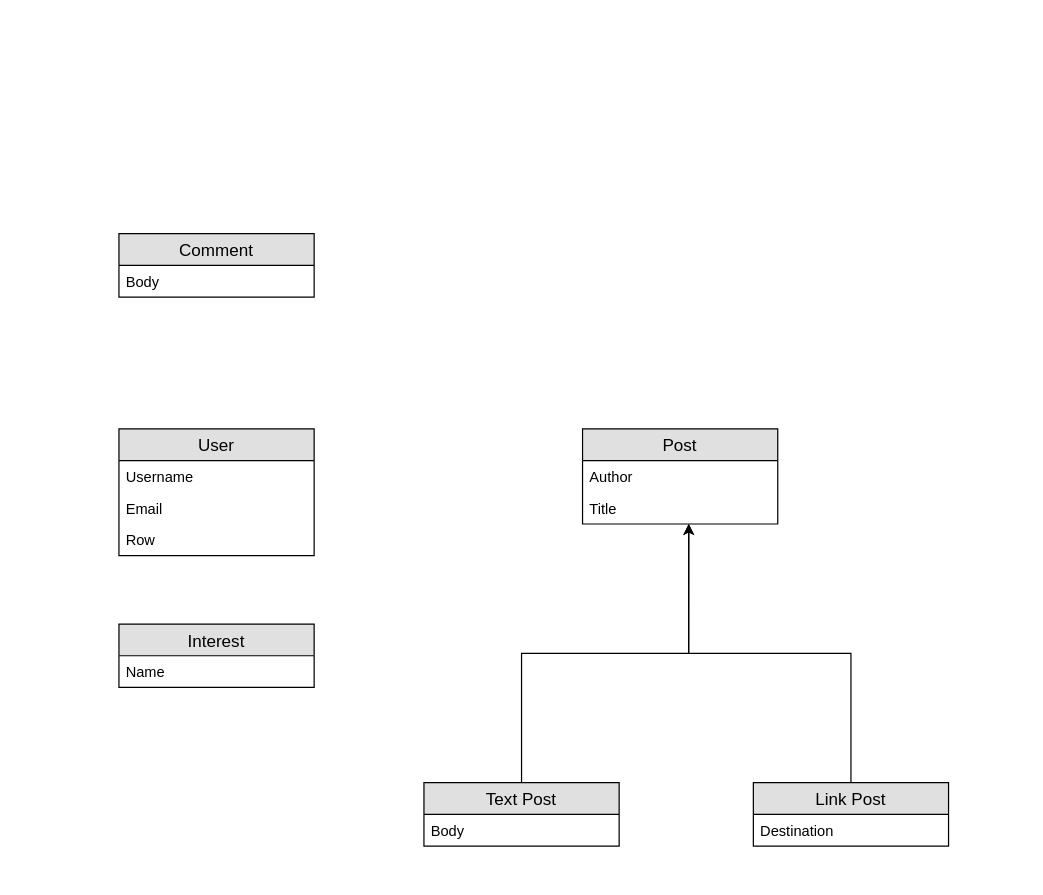
Above: adventure_ER.drawio in Griffin-Brome/Adventure-Bulletin (draw.io), before the change. Source tidied: cells renumbered, new cells numbered last; positions are measured from the earlier drawing's top-left corner, leaving out a move shared by most shapes. Both pictures are drawn from the tidied source at 122%, with x=0, y=0 at pixel (118, 233).
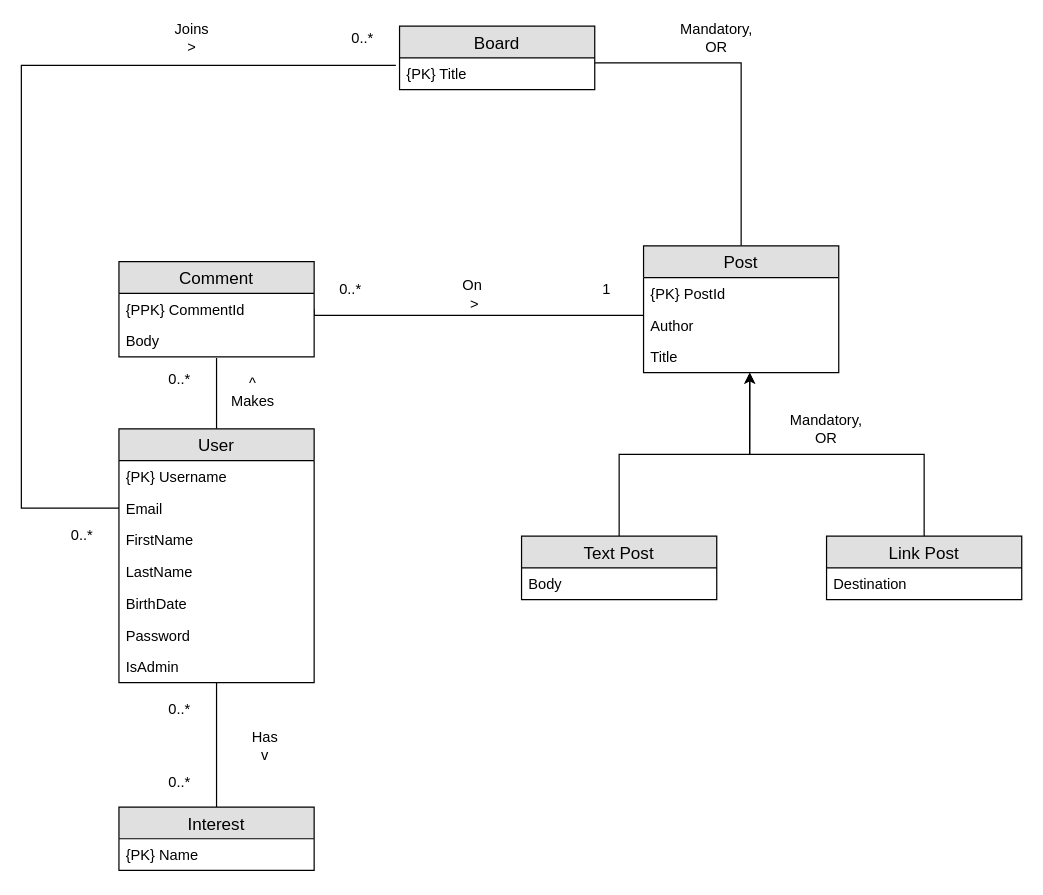
After the change.

Unchanged cells that the change refers to:
```xml
<mxCell id="4" value="Email&#10;" style="text;strokeColor=none;fillColor=none;spacingLeft=4;spacingRight=4;overflow=hidden;points=[[0,0.5],[1,0.5]];portConstraint=eastwest;fontSize=12;" parent="2" vertex="1">
  <mxGeometry y="52" width="160" height="26" as="geometry" />
</mxCell>
```

What changed in the source:
```diff
@@
+    <mxCell id="19" style="edgeStyle=orthogonalEdgeStyle;rounded=0;jettySize=auto;html=1;entryX=0.5;entryY=0;entryDx=0;entryDy=0;endArrow=none;endFill=0;" parent="1" edge="1" source="2" target="6">
+      <mxGeometry relative="1" as="geometry" />
+    </mxCell>
+    <mxCell id="20" style="edgeStyle=orthogonalEdgeStyle;rounded=0;jettySize=auto;html=1;exitX=0.5;exitY=0;exitDx=0;exitDy=0;entryX=0.5;entryY=1.038;entryDx=0;entryDy=0;entryPerimeter=0;endArrow=none;endFill=0;" parent="1" edge="1" source="2" target="12">
+      <mxGeometry relative="1" as="geometry" />
+    </mxCell>
     <mxCell id="2" value="User" style="swimlane;fontStyle=0;horizontal=1;startSize=26;fillColor=#e0e0e0;swimlaneFillColor=#ffffff;align=center;fontSize=14;" parent="1" vertex="1">
-      <mxGeometry y="160" width="160" height="104" as="geometry" />
+      <mxGeometry y="160" width="160" height="208" as="geometry" />
     </mxCell>
-    <mxCell id="3" value="Username" style="text;strokeColor=none;fillColor=none;spacingLeft=4;spacingRight=4;overflow=hidden;fontSize=12;" parent="2" vertex="1">
+    <mxCell id="3" value="{PK} Username" style="text;strokeColor=none;fillColor=none;spacingLeft=4;spacingRight=4;overflow=hidden;fontSize=12;" parent="2" vertex="1">
       <mxGeometry y="26" width="160" height="26" as="geometry" />
     </mxCell>
@@
+    <mxCell id="21" value="FirstName" style="text;strokeColor=none;fillColor=none;spacingLeft=4;spacingRight=4;overflow=hidden;fontSize=12;" parent="2" vertex="1">
+      <mxGeometry y="78" width="160" height="26" as="geometry" />
+    </mxCell>
+    <mxCell id="22" value="LastName" style="text;strokeColor=none;fillColor=none;spacingLeft=4;spacingRight=4;overflow=hidden;fontSize=12;" parent="2" vertex="1">
+      <mxGeometry y="104" width="160" height="26" as="geometry" />
+    </mxCell>
+    <mxCell id="23" value="BirthDate" style="text;strokeColor=none;fillColor=none;spacingLeft=4;spacingRight=4;overflow=hidden;fontSize=12;" parent="2" vertex="1">
+      <mxGeometry y="130" width="160" height="26" as="geometry" />
+    </mxCell>
+    <mxCell id="24" value="Password" style="text;strokeColor=none;fillColor=none;spacingLeft=4;spacingRight=4;overflow=hidden;fontSize=12;" parent="2" vertex="1">
+      <mxGeometry y="156" width="160" height="26" as="geometry" />
+    </mxCell>
-    <mxCell id="5" value="Row" style="text;strokeColor=none;fillColor=none;spacingLeft=4;spacingRight=4;overflow=hidden;fontSize=12;" parent="2" vertex="1">
-      <mxGeometry y="78" width="160" height="26" as="geometry" />
+    <mxCell id="5" value="IsAdmin" style="text;strokeColor=none;fillColor=none;spacingLeft=4;spacingRight=4;overflow=hidden;fontSize=12;" parent="2" vertex="1">
+      <mxGeometry y="182" width="160" height="26" as="geometry" />
     </mxCell>
+    <mxCell id="13" style="edgeStyle=orthogonalEdgeStyle;rounded=0;jettySize=auto;html=1;entryX=0.544;entryY=1;entryDx=0;entryDy=0;entryPerimeter=0;" parent="1" edge="1" source="14" target="10">
+      <mxGeometry relative="1" as="geometry" />
+    </mxCell>
+    <mxCell id="16" style="edgeStyle=orthogonalEdgeStyle;rounded=0;jettySize=auto;html=1;entryX=0.544;entryY=1;entryDx=0;entryDy=0;entryPerimeter=0;" parent="1" edge="1" source="17" target="10">
+      <mxGeometry relative="1" as="geometry" />
+    </mxCell>
+    <mxCell id="25" value="Mandatory, OR" style="text;html=1;strokeColor=none;fillColor=none;align=center;verticalAlign=middle;whiteSpace=wrap;rounded=0;" parent="1" vertex="1">
+      <mxGeometry x="560" y="150" width="40" height="20" as="geometry" />
+    </mxCell>
+    <mxCell id="26" value="&lt;div&gt;Has&lt;/div&gt;v" style="text;html=1;strokeColor=none;fillColor=none;align=center;verticalAlign=middle;whiteSpace=wrap;rounded=0;" parent="1" vertex="1">
+      <mxGeometry x="100" y="410" width="40" height="20" as="geometry" />
+    </mxCell>
+    <mxCell id="27" style="edgeStyle=orthogonalEdgeStyle;rounded=0;jettySize=auto;html=1;exitX=1;exitY=0.5;exitDx=0;exitDy=0;entryX=0.006;entryY=0.192;entryDx=0;entryDy=0;entryPerimeter=0;endArrow=none;endFill=0;" parent="1" edge="1" source="11" target="9">
+      <mxGeometry relative="1" as="geometry">
+        <Array as="points">
+          <mxPoint x="160" y="67" />
+        </Array>
+      </mxGeometry>
+    </mxCell>
+    <mxCell id="28" value="&lt;div&gt;^&lt;br&gt;&lt;/div&gt;&lt;div&gt;Makes&lt;/div&gt;" style="text;html=1;strokeColor=none;fillColor=none;align=center;verticalAlign=middle;whiteSpace=wrap;rounded=0;" parent="1" vertex="1">
+      <mxGeometry x="90" y="120" width="40" height="20" as="geometry" />
+    </mxCell>
+    <mxCell id="29" value="&lt;div&gt;On&lt;/div&gt;&amp;nbsp;&amp;gt;" style="text;html=1;strokeColor=none;fillColor=none;align=center;verticalAlign=middle;whiteSpace=wrap;rounded=0;" parent="1" vertex="1">
+      <mxGeometry x="270" y="40" width="40" height="20" as="geometry" />
+    </mxCell>
+    <mxCell id="30" style="edgeStyle=orthogonalEdgeStyle;rounded=0;jettySize=auto;html=1;exitX=0.5;exitY=0;exitDx=0;exitDy=0;entryX=1;entryY=0.154;entryDx=0;entryDy=0;entryPerimeter=0;endArrow=none;endFill=0;" parent="1" edge="1" source="8" target="35">
+      <mxGeometry relative="1" as="geometry" />
+    </mxCell>
+    <mxCell id="8" value="Post" style="swimlane;fontStyle=0;horizontal=1;startSize=26;fillColor=#e0e0e0;swimlaneFillColor=#ffffff;align=center;fontSize=14;" parent="1" vertex="1">
+      <mxGeometry x="430" y="10" width="160" height="104" as="geometry" />
+    </mxCell>
+    <mxCell id="31" value="{PK} PostId" style="text;strokeColor=none;fillColor=none;spacingLeft=4;spacingRight=4;overflow=hidden;fontSize=12;" parent="8" vertex="1">
+      <mxGeometry y="26" width="160" height="26" as="geometry" />
+    </mxCell>
+    <mxCell id="9" value="Author" style="text;strokeColor=none;fillColor=none;spacingLeft=4;spacingRight=4;overflow=hidden;points=[[0,0.5],[1,0.5]];portConstraint=eastwest;fontSize=12;" parent="8" vertex="1">
+      <mxGeometry y="52" width="160" height="26" as="geometry" />
+    </mxCell>
+    <mxCell id="10" value="Title" style="text;strokeColor=none;fillColor=none;spacingLeft=4;spacingRight=4;overflow=hidden;points=[[0,0.5],[1,0.5]];portConstraint=eastwest;fontSize=12;" parent="8" vertex="1">
+      <mxGeometry y="78" width="160" height="26" as="geometry" />
+    </mxCell>
+    <mxCell id="17" value="Link Post" style="swimlane;fontStyle=0;horizontal=1;startSize=26;fillColor=#e0e0e0;swimlaneFillColor=#ffffff;align=center;fontSize=14;" parent="1" vertex="1">
+      <mxGeometry x="580" y="248" width="160" height="52" as="geometry" />
+    </mxCell>
+    <mxCell id="18" value="Destination" style="text;strokeColor=none;fillColor=none;spacingLeft=4;spacingRight=4;overflow=hidden;fontSize=12;" parent="17" vertex="1">
+      <mxGeometry y="26" width="160" height="26" as="geometry" />
+    </mxCell>
+    <mxCell id="14" value="Text Post" style="swimlane;fontStyle=0;horizontal=1;startSize=26;fillColor=#e0e0e0;swimlaneFillColor=#ffffff;align=center;fontSize=14;" parent="1" vertex="1">
+      <mxGeometry x="330" y="248" width="160" height="52" as="geometry" />
+    </mxCell>
+    <mxCell id="15" value="Body" style="text;strokeColor=none;fillColor=none;spacingLeft=4;spacingRight=4;overflow=hidden;fontSize=12;" parent="14" vertex="1">
+      <mxGeometry y="26" width="160" height="26" as="geometry" />
+    </mxCell>
+    <mxCell id="32" style="edgeStyle=orthogonalEdgeStyle;rounded=0;jettySize=auto;html=1;endArrow=none;endFill=0;entryX=-0.019;entryY=0.231;entryDx=0;entryDy=0;entryPerimeter=0;exitX=0;exitY=0.5;exitDx=0;exitDy=0;" parent="1" edge="1" source="4" target="35">
+      <mxGeometry relative="1" as="geometry">
+        <Array as="points">
+          <mxPoint x="-80" y="225" />
+          <mxPoint x="-80" y="-138" />
+        </Array>
+      </mxGeometry>
+    </mxCell>
+    <mxCell id="11" value="Comment" style="swimlane;fontStyle=0;horizontal=1;startSize=26;fillColor=#e0e0e0;swimlaneFillColor=#ffffff;align=center;fontSize=14;" parent="1" vertex="1">
+      <mxGeometry y="23" width="160" height="78" as="geometry" />
+    </mxCell>
+    <mxCell id="33" value="{PPK} CommentId" style="text;strokeColor=none;fillColor=none;spacingLeft=4;spacingRight=4;overflow=hidden;fontSize=12;" parent="11" vertex="1">
+      <mxGeometry y="26" width="160" height="26" as="geometry" />
+    </mxCell>
+    <mxCell id="12" value="Body" style="text;strokeColor=none;fillColor=none;spacingLeft=4;spacingRight=4;overflow=hidden;points=[[0,0.5],[1,0.5]];portConstraint=eastwest;fontSize=12;" parent="11" vertex="1">
+      <mxGeometry y="52" width="160" height="26" as="geometry" />
+    </mxCell>
+    <mxCell id="34" value="Board" style="swimlane;fontStyle=0;horizontal=1;startSize=26;fillColor=#e0e0e0;swimlaneFillColor=#ffffff;align=center;fontSize=14;" parent="1" vertex="1">
+      <mxGeometry x="230" y="-170" width="160" height="52" as="geometry" />
+    </mxCell>
+    <mxCell id="35" value="{PK} Title" style="text;strokeColor=none;fillColor=none;spacingLeft=4;spacingRight=4;overflow=hidden;points=[[0,0.5],[1,0.5]];portConstraint=eastwest;fontSize=12;" parent="34" vertex="1">
+      <mxGeometry y="26" width="160" height="26" as="geometry" />
+    </mxCell>
+    <mxCell id="36" value="Joins &amp;gt;" style="text;html=1;strokeColor=none;fillColor=none;align=center;verticalAlign=middle;whiteSpace=wrap;rounded=0;" parent="1" vertex="1">
+      <mxGeometry x="40" y="-170" width="40" height="20" as="geometry" />
+    </mxCell>
+    <mxCell id="37" value="Mandatory, OR" style="text;html=1;strokeColor=none;fillColor=none;align=center;verticalAlign=middle;whiteSpace=wrap;rounded=0;" parent="1" vertex="1">
+      <mxGeometry x="470" y="-170" width="40" height="20" as="geometry" />
+    </mxCell>
+    <mxCell id="38" value="0..*" style="text;html=1;strokeColor=none;fillColor=none;align=center;verticalAlign=middle;whiteSpace=wrap;rounded=0;" parent="1" vertex="1">
+      <mxGeometry x="180" y="-170" width="40" height="20" as="geometry" />
+    </mxCell>
+    <mxCell id="39" value="0..*" style="text;html=1;strokeColor=none;fillColor=none;align=center;verticalAlign=middle;whiteSpace=wrap;rounded=0;" parent="1" vertex="1">
+      <mxGeometry x="-50" y="238" width="40" height="20" as="geometry" />
+    </mxCell>
+    <mxCell id="40" value="0..*" style="text;html=1;strokeColor=none;fillColor=none;align=center;verticalAlign=middle;whiteSpace=wrap;rounded=0;" parent="1" vertex="1">
+      <mxGeometry x="30" y="110" width="40" height="20" as="geometry" />
+    </mxCell>
+    <mxCell id="41" value="0..*" style="text;html=1;strokeColor=none;fillColor=none;align=center;verticalAlign=middle;whiteSpace=wrap;rounded=0;" parent="1" vertex="1">
+      <mxGeometry x="30" y="380" width="40" height="20" as="geometry" />
+    </mxCell>
+    <mxCell id="42" value="1" style="text;html=1;strokeColor=none;fillColor=none;align=center;verticalAlign=middle;whiteSpace=wrap;rounded=0;" parent="1" vertex="1">
+      <mxGeometry x="380" y="36" width="40" height="20" as="geometry" />
+    </mxCell>
+    <mxCell id="43" value="0..*" style="text;html=1;strokeColor=none;fillColor=none;align=center;verticalAlign=middle;whiteSpace=wrap;rounded=0;" parent="1" vertex="1">
+      <mxGeometry x="170" y="36" width="40" height="20" as="geometry" />
+    </mxCell>
+    <mxCell id="44" value="0..*" style="text;html=1;strokeColor=none;fillColor=none;align=center;verticalAlign=middle;whiteSpace=wrap;rounded=0;" parent="1" vertex="1">
+      <mxGeometry x="30" y="440" width="40" height="20" as="geometry" />
+    </mxCell>
     <mxCell id="6" value="Interest" style="swimlane;fontStyle=0;horizontal=1;startSize=26;fillColor=#e0e0e0;swimlaneFillColor=#ffffff;align=center;fontSize=14;" parent="1" vertex="1">
-      <mxGeometry y="320" width="160" height="52" as="geometry" />
+      <mxGeometry y="470" width="160" height="52" as="geometry" />
     </mxCell>
-    <mxCell id="7" value="Name" style="text;strokeColor=none;fillColor=none;spacingLeft=4;spacingRight=4;overflow=hidden;fontSize=12;" parent="6" vertex="1">
+    <mxCell id="7" value="{PK} Name" style="text;strokeColor=none;fillColor=none;spacingLeft=4;spacingRight=4;overflow=hidden;fontSize=12;" parent="6" vertex="1">
       <mxGeometry y="26" width="160" height="26" as="geometry" />
     </mxCell>
-    <mxCell id="8" value="Post" style="swimlane;fontStyle=0;horizontal=1;startSize=26;fillColor=#e0e0e0;swimlaneFillColor=#ffffff;align=center;fontSize=14;" parent="1" vertex="1">
-      <mxGeometry x="380" y="160" width="160" height="78" as="geometry" />
-    </mxCell>
-    <mxCell id="9" value="Author" style="text;strokeColor=none;fillColor=none;spacingLeft=4;spacingRight=4;overflow=hidden;points=[[0,0.5],[1,0.5]];portConstraint=eastwest;fontSize=12;" parent="8" vertex="1">
-      <mxGeometry y="26" width="160" height="26" as="geometry" />
-    </mxCell>
-    <mxCell id="10" value="Title" style="text;strokeColor=none;fillColor=none;spacingLeft=4;spacingRight=4;overflow=hidden;points=[[0,0.5],[1,0.5]];portConstraint=eastwest;fontSize=12;" parent="8" vertex="1">
-      <mxGeometry y="52" width="160" height="26" as="geometry" />
-    </mxCell>
-    <mxCell id="11" value="Comment" style="swimlane;fontStyle=0;horizontal=1;startSize=26;fillColor=#e0e0e0;swimlaneFillColor=#ffffff;align=center;fontSize=14;" parent="1" vertex="1">
-      <mxGeometry width="160" height="52" as="geometry" />
-    </mxCell>
-    <mxCell id="12" value="Body" style="text;strokeColor=none;fillColor=none;spacingLeft=4;spacingRight=4;overflow=hidden;points=[[0,0.5],[1,0.5]];portConstraint=eastwest;fontSize=12;" parent="11" vertex="1">
-      <mxGeometry y="26" width="160" height="26" as="geometry" />
-    </mxCell>
-    <mxCell id="13" style="edgeStyle=orthogonalEdgeStyle;rounded=0;jettySize=auto;html=1;entryX=0.544;entryY=1;entryDx=0;entryDy=0;entryPerimeter=0;" parent="1" edge="1" source="14" target="10">
-      <mxGeometry relative="1" as="geometry" />
-    </mxCell>
-    <mxCell id="14" value="Text Post" style="swimlane;fontStyle=0;horizontal=1;startSize=26;fillColor=#e0e0e0;swimlaneFillColor=#ffffff;align=center;fontSize=14;" parent="1" vertex="1">
-      <mxGeometry x="250" y="450" width="160" height="52" as="geometry" />
-    </mxCell>
-    <mxCell id="15" value="Body" style="text;strokeColor=none;fillColor=none;spacingLeft=4;spacingRight=4;overflow=hidden;fontSize=12;" parent="14" vertex="1">
-      <mxGeometry y="26" width="160" height="26" as="geometry" />
-    </mxCell>
-    <mxCell id="16" style="edgeStyle=orthogonalEdgeStyle;rounded=0;jettySize=auto;html=1;entryX=0.544;entryY=1;entryDx=0;entryDy=0;entryPerimeter=0;" parent="1" edge="1" source="17" target="10">
-      <mxGeometry relative="1" as="geometry" />
-    </mxCell>
-    <mxCell id="17" value="Link Post" style="swimlane;fontStyle=0;horizontal=1;startSize=26;fillColor=#e0e0e0;swimlaneFillColor=#ffffff;align=center;fontSize=14;" parent="1" vertex="1">
-      <mxGeometry x="520" y="450" width="160" height="52" as="geometry" />
-    </mxCell>
-    <mxCell id="18" value="Destination" style="text;strokeColor=none;fillColor=none;spacingLeft=4;spacingRight=4;overflow=hidden;fontSize=12;" parent="17" vertex="1">
-      <mxGeometry y="26" width="160" height="26" as="geometry" />
-    </mxCell>
```
